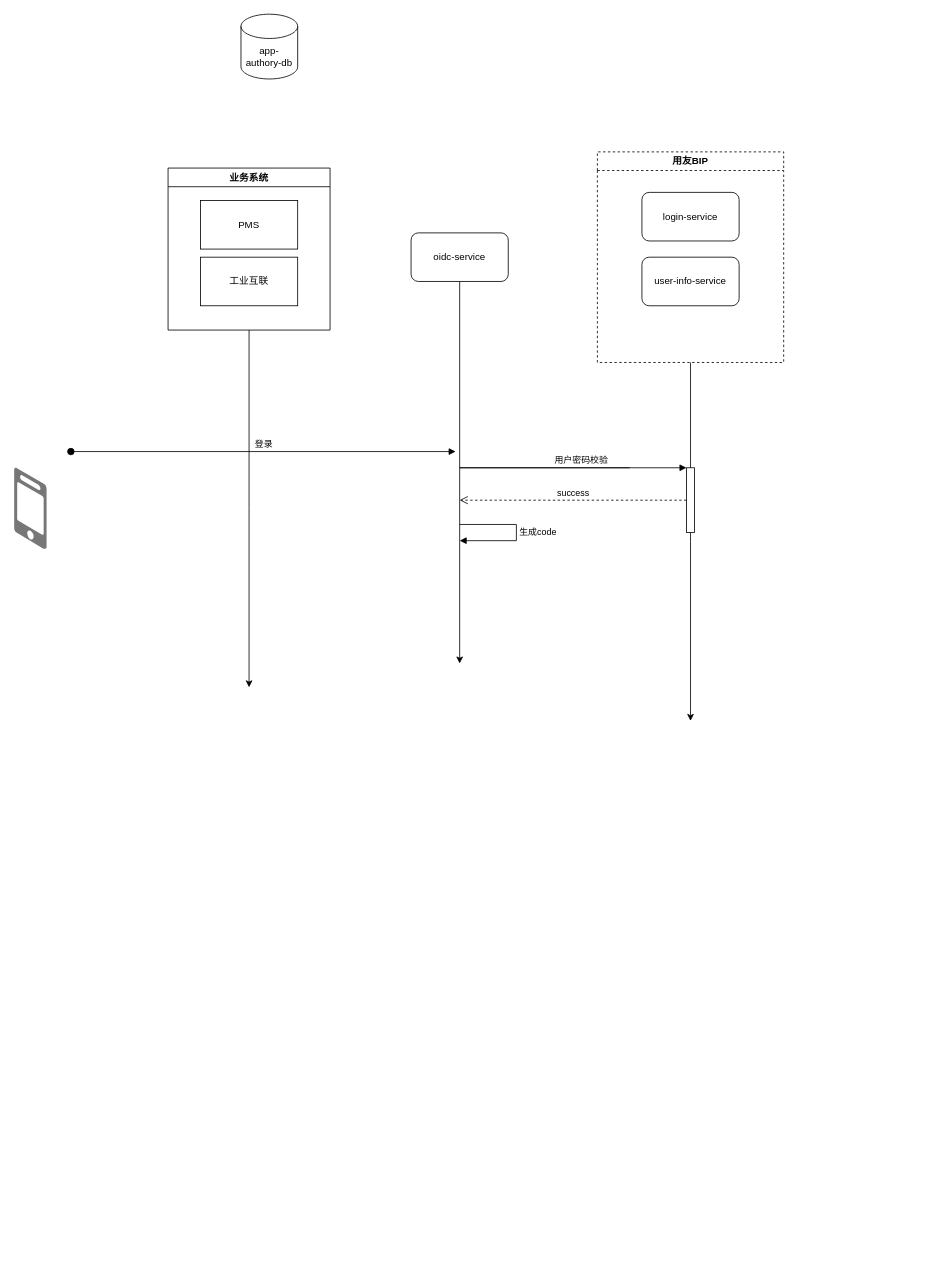
Before: ccepc-sso-login.drawio in lzdong0714/note, a draw.io diagram. Source tidied: cells renumbered, new cells numbered last; positions are measured from the earlier drawing's top-left corner, leaving out a move shared by most shapes. Both pictures are drawn from the tidied source at 81%, with x=0, y=0 at pixel (14, 14).
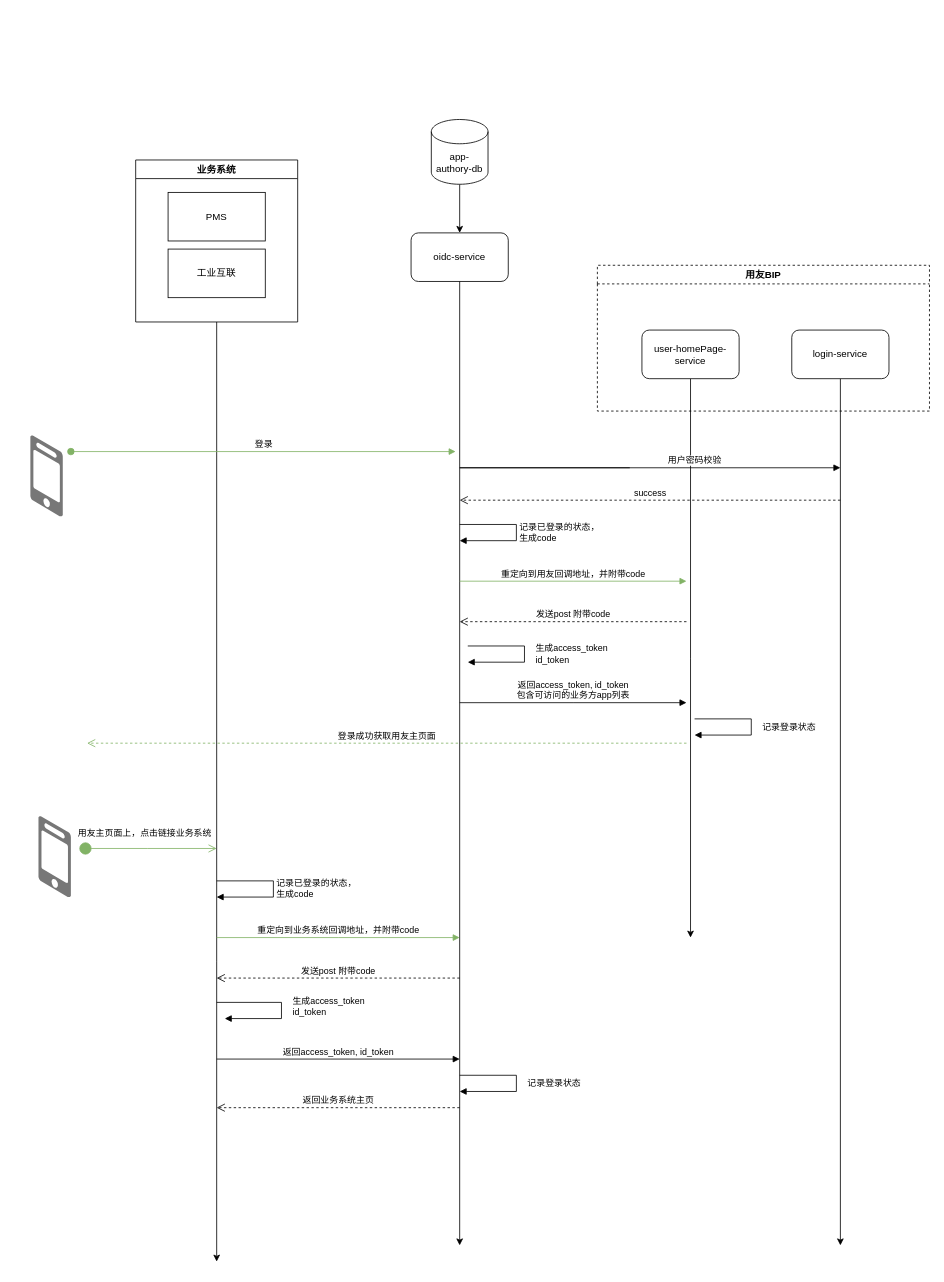
Above is the later version.

Unchanged cells that the change refers to:
```xml
<mxCell id="2" value="oidc-service" style="rounded=1;whiteSpace=wrap;html=1;" parent="1" vertex="1">
  <mxGeometry x="490" y="270" width="120" height="60" as="geometry" />
</mxCell>
```

Change to the diagram source:
```diff
@@
-    <mxCell id="3" style="edgeStyle=orthogonalEdgeStyle;rounded=0;jettySize=auto;html=1;" parent="1" edge="1" source="4">
+    <mxCell id="3" style="edgeStyle=orthogonalEdgeStyle;rounded=0;jettySize=auto;html=1;exitX=0.5;exitY=1;exitDx=0;exitDy=0;" parent="1" edge="1" source="6">
       <mxGeometry relative="1" as="geometry">
-        <mxPoint x="835" y="872.5" as="targetPoint" />
+        <mxPoint x="835" y="1140" as="targetPoint" />
       </mxGeometry>
     </mxCell>
     <mxCell id="4" value="用友BIP" style="swimlane;whiteSpace=wrap;html=1;dashed=1;" parent="1" vertex="1">
-      <mxGeometry x="720" y="170" width="230" height="260" as="geometry" />
+      <mxGeometry x="720" y="310" width="410" height="180" as="geometry" />
     </mxCell>
+    <mxCell id="19" style="edgeStyle=orthogonalEdgeStyle;rounded=0;jettySize=auto;html=1;" parent="4" edge="1" source="5">
+      <mxGeometry relative="1" as="geometry">
+        <mxPoint x="300" y="1210" as="targetPoint" />
+      </mxGeometry>
+    </mxCell>
     <mxCell id="5" value="login-service" style="rounded=1;whiteSpace=wrap;html=1;" parent="4" vertex="1">
-      <mxGeometry x="55" y="50" width="120" height="60" as="geometry" />
+      <mxGeometry x="240" y="80" width="120" height="60" as="geometry" />
     </mxCell>
-    <mxCell id="6" value="user-info-service" style="rounded=1;whiteSpace=wrap;html=1;" parent="4" vertex="1">
-      <mxGeometry x="55" y="130" width="120" height="60" as="geometry" />
+    <mxCell id="6" value="user-homePage-service" style="rounded=1;whiteSpace=wrap;html=1;" parent="4" vertex="1">
+      <mxGeometry x="55" y="80" width="120" height="60" as="geometry" />
     </mxCell>
+    <mxCell id="20" style="edgeStyle=orthogonalEdgeStyle;rounded=0;jettySize=auto;html=1;entryX=0.5;entryY=0;entryDx=0;entryDy=0;" parent="1" edge="1" source="7" target="2">
+      <mxGeometry relative="1" as="geometry" />
+    </mxCell>
     <mxCell id="7" value="app-authory-db" style="shape=cylinder3;whiteSpace=wrap;html=1;boundedLbl=1;backgroundOutline=1;size=15;" parent="1" vertex="1">
-      <mxGeometry x="280" width="70" height="80" as="geometry" />
+      <mxGeometry x="515" y="130" width="70" height="80" as="geometry" />
     </mxCell>
     <mxCell id="8" style="edgeStyle=orthogonalEdgeStyle;rounded=0;jettySize=auto;html=1;" parent="1" edge="1" source="9">
       <mxGeometry relative="1" as="geometry">
-        <mxPoint x="290" y="831" as="targetPoint" />
+        <mxPoint x="250" y="1540" as="targetPoint" />
+        <Array as="points">
+          <mxPoint x="250" y="1170" />
+        </Array>
       </mxGeometry>
     </mxCell>
     <mxCell id="9" value="业务系统" style="swimlane;whiteSpace=wrap;html=1;" parent="1" vertex="1">
-      <mxGeometry x="190" y="190" width="200" height="200" as="geometry" />
+      <mxGeometry x="150" y="180" width="200" height="200" as="geometry" />
     </mxCell>
@@
     <mxCell id="12" style="verticalLabelPosition=bottom;html=1;verticalAlign=top;strokeWidth=1;align=center;dashed=0;shape=mxgraph.aws3d.mobile_worker;strokeColor=none;fillColor=#777777;" parent="1" vertex="1">
-      <mxGeometry y="560" width="40" height="100" as="geometry" />
+      <mxGeometry x="30" y="990" width="40" height="100" as="geometry" />
     </mxCell>
-    <mxCell id="13" value="登录" style="html=1;verticalAlign=bottom;startArrow=oval;endArrow=block;startSize=8;edgeStyle=elbowEdgeStyle;elbow=vertical;curved=0;rounded=0;" parent="1" edge="1">
+    <mxCell id="13" value="登录" style="html=1;verticalAlign=bottom;startArrow=oval;endArrow=block;startSize=8;edgeStyle=elbowEdgeStyle;elbow=vertical;curved=0;rounded=0;fillColor=#d5e8d4;strokeColor=#82b366;" parent="1" edge="1">
       <mxGeometry relative="1" as="geometry">
         <mxPoint x="70" y="540" as="sourcePoint" />
         <mxPoint x="545" y="540.2" as="targetPoint" />
       </mxGeometry>
     </mxCell>
     <mxCell id="14" style="rounded=0;jettySize=auto;html=1;" parent="1" edge="1" source="2">
       <mxGeometry relative="1" as="geometry">
-        <mxPoint x="550" y="801.6" as="targetPoint" />
+        <mxPoint x="550" y="1520" as="targetPoint" />
       </mxGeometry>
     </mxCell>
-    <mxCell id="15" style="html=1;points=[];perimeter=orthogonalPerimeter;outlineConnect=0;targetShapes=umlLifeline;portConstraint=eastwest;newEdgeStyle={&quot;edgeStyle&quot;:&quot;elbowEdgeStyle&quot;,&quot;elbow&quot;:&quot;vertical&quot;,&quot;curved&quot;:0,&quot;rounded&quot;:0};" parent="1" vertex="1">
-      <mxGeometry x="830" y="560" width="10" height="80" as="geometry" />
-    </mxCell>
-    <mxCell id="16" value="用户密码校验" style="html=1;verticalAlign=bottom;endArrow=block;edgeStyle=elbowEdgeStyle;elbow=vertical;curved=0;rounded=0;" parent="1" edge="1" target="15">
+    <mxCell id="16" value="用户密码校验" style="html=1;verticalAlign=bottom;endArrow=block;edgeStyle=elbowEdgeStyle;elbow=vertical;curved=0;rounded=0;" parent="1" edge="1">
       <mxGeometry x="0.47" relative="1" as="geometry">
         <mxPoint x="760" y="560" as="sourcePoint" />
+        <mxPoint x="1020" y="560" as="targetPoint" />
         <Array as="points">
           <mxPoint x="550" y="560" />
         </Array>
       </mxGeometry>
     </mxCell>
-    <mxCell id="17" value="success" style="html=1;verticalAlign=bottom;endArrow=open;dashed=1;endSize=8;edgeStyle=elbowEdgeStyle;elbow=vertical;curved=0;rounded=0;" parent="1" edge="1" source="15">
+    <mxCell id="17" value="success" style="html=1;verticalAlign=bottom;endArrow=open;dashed=1;endSize=8;edgeStyle=elbowEdgeStyle;elbow=vertical;curved=0;rounded=0;" parent="1" edge="1">
       <mxGeometry relative="1" as="geometry">
+        <mxPoint x="1020" y="600" as="sourcePoint" />
         <mxPoint x="550" y="600" as="targetPoint" />
         <Array as="points">
           <mxPoint x="680" y="600" />
         </Array>
       </mxGeometry>
     </mxCell>
-    <mxCell id="18" value="生成code" style="html=1;align=left;spacingLeft=2;endArrow=block;rounded=0;edgeStyle=orthogonalEdgeStyle;curved=0;rounded=0;" parent="1" edge="1">
+    <mxCell id="18" value="记录已登录的状态，&lt;br&gt;生成code" style="html=1;align=left;spacingLeft=2;endArrow=block;rounded=0;edgeStyle=orthogonalEdgeStyle;curved=0;rounded=0;" parent="1" edge="1">
       <mxGeometry relative="1" as="geometry">
         <mxPoint x="550" y="630" as="sourcePoint" />
         <mxPoint x="550" y="650" as="targetPoint" />
         <Array as="points">
           <mxPoint x="620" y="630" />
           <mxPoint x="620" y="650" />
         </Array>
       </mxGeometry>
     </mxCell>
+    <mxCell id="21" value="重定向到用友回调地址，并附带code" style="html=1;verticalAlign=bottom;endArrow=block;edgeStyle=elbowEdgeStyle;elbow=vertical;curved=0;rounded=0;fillColor=#d5e8d4;strokeColor=#82b366;" parent="1" edge="1">
+      <mxGeometry relative="1" as="geometry">
+        <mxPoint x="550" y="700" as="sourcePoint" />
+        <mxPoint x="830" y="700" as="targetPoint" />
+      </mxGeometry>
+    </mxCell>
+    <mxCell id="22" value="发送post 附带code" style="html=1;verticalAlign=bottom;endArrow=open;dashed=1;endSize=8;edgeStyle=elbowEdgeStyle;elbow=vertical;curved=0;rounded=0;" parent="1" edge="1">
+      <mxGeometry relative="1" as="geometry">
+        <mxPoint x="830" y="750" as="sourcePoint" />
+        <mxPoint x="550" y="750" as="targetPoint" />
+      </mxGeometry>
+    </mxCell>
+    <mxCell id="23" value="记录登录状态" style="html=1;align=left;spacingLeft=2;endArrow=block;rounded=0;edgeStyle=orthogonalEdgeStyle;curved=0;rounded=0;" parent="1" edge="1">
+      <mxGeometry y="10" relative="1" as="geometry">
+        <mxPoint x="840" y="870" as="sourcePoint" />
+        <mxPoint x="840" y="890" as="targetPoint" />
+        <Array as="points">
+          <mxPoint x="910" y="870" />
+          <mxPoint x="910" y="890" />
+        </Array>
+      </mxGeometry>
+    </mxCell>
+    <mxCell id="24" value="返回access_token, id_token&lt;br&gt;包含可访问的业务方app列表" style="html=1;verticalAlign=bottom;endArrow=block;edgeStyle=elbowEdgeStyle;elbow=vertical;curved=0;rounded=0;" parent="1" edge="1">
+      <mxGeometry relative="1" as="geometry">
+        <mxPoint x="550" y="850" as="sourcePoint" />
+        <mxPoint x="830" y="850" as="targetPoint" />
+        <Array as="points">
+          <mxPoint x="690" y="850" />
+        </Array>
+      </mxGeometry>
+    </mxCell>
+    <mxCell id="25" style="verticalLabelPosition=bottom;html=1;verticalAlign=top;strokeWidth=1;align=center;dashed=0;shape=mxgraph.aws3d.mobile_worker;strokeColor=none;fillColor=#777777;" parent="1" vertex="1">
+      <mxGeometry x="20" y="520" width="40" height="100" as="geometry" />
+    </mxCell>
+    <mxCell id="26" value="用友主页面上，点击链接业务系统" style="html=1;verticalAlign=bottom;startArrow=circle;startFill=1;endArrow=open;startSize=6;endSize=8;edgeStyle=elbowEdgeStyle;elbow=vertical;curved=0;rounded=0;fillColor=#d5e8d4;strokeColor=#82b366;" parent="1" edge="1">
+      <mxGeometry x="-0.05" y="10" relative="1" as="geometry">
+        <mxPoint x="80" y="1030" as="sourcePoint" />
+        <mxPoint x="250" y="1030" as="targetPoint" />
+      </mxGeometry>
+    </mxCell>
+    <mxCell id="27" value="生成access_token&lt;br&gt;id_token" style="html=1;align=left;spacingLeft=2;endArrow=block;rounded=0;edgeStyle=orthogonalEdgeStyle;curved=0;rounded=0;" parent="1" edge="1">
+      <mxGeometry y="10" relative="1" as="geometry">
+        <mxPoint x="560" y="780" as="sourcePoint" />
+        <mxPoint x="560" y="800" as="targetPoint" />
+        <Array as="points">
+          <mxPoint x="630" y="780" />
+          <mxPoint x="630" y="800" />
+        </Array>
+      </mxGeometry>
+    </mxCell>
+    <mxCell id="28" value="登录成功获取用友主页面" style="html=1;verticalAlign=bottom;endArrow=open;dashed=1;endSize=8;edgeStyle=elbowEdgeStyle;elbow=vertical;curved=0;rounded=0;fillColor=#d5e8d4;strokeColor=#82b366;" parent="1" edge="1">
+      <mxGeometry relative="1" as="geometry">
+        <mxPoint x="830" y="900" as="sourcePoint" />
+        <mxPoint x="90" y="900" as="targetPoint" />
+      </mxGeometry>
+    </mxCell>
+    <mxCell id="29" value="记录已登录的状态，&lt;br&gt;生成code" style="html=1;align=left;spacingLeft=2;endArrow=block;rounded=0;edgeStyle=orthogonalEdgeStyle;curved=0;rounded=0;" parent="1" edge="1">
+      <mxGeometry relative="1" as="geometry">
+        <mxPoint x="250" y="1070" as="sourcePoint" />
+        <mxPoint x="250" y="1090" as="targetPoint" />
+        <Array as="points">
+          <mxPoint x="320" y="1070" />
+          <mxPoint x="320" y="1090" />
+        </Array>
+      </mxGeometry>
+    </mxCell>
+    <mxCell id="30" value="重定向到业务系统回调地址，并附带code" style="html=1;verticalAlign=bottom;endArrow=block;edgeStyle=elbowEdgeStyle;elbow=vertical;curved=0;rounded=0;fillColor=#d5e8d4;strokeColor=#82b366;" parent="1" edge="1">
+      <mxGeometry relative="1" as="geometry">
+        <mxPoint x="250" y="1140" as="sourcePoint" />
+        <mxPoint x="550" y="1140" as="targetPoint" />
+      </mxGeometry>
+    </mxCell>
+    <mxCell id="31" value="发送post 附带code" style="html=1;verticalAlign=bottom;endArrow=open;dashed=1;endSize=8;edgeStyle=elbowEdgeStyle;elbow=vertical;curved=0;rounded=0;" parent="1" edge="1">
+      <mxGeometry relative="1" as="geometry">
+        <mxPoint x="550" y="1190" as="sourcePoint" />
+        <mxPoint x="250" y="1190" as="targetPoint" />
+      </mxGeometry>
+    </mxCell>
+    <mxCell id="32" value="记录登录状态" style="html=1;align=left;spacingLeft=2;endArrow=block;rounded=0;edgeStyle=orthogonalEdgeStyle;curved=0;rounded=0;" parent="1" edge="1">
+      <mxGeometry y="10" relative="1" as="geometry">
+        <mxPoint x="550" y="1310" as="sourcePoint" />
+        <mxPoint x="550" y="1330" as="targetPoint" />
+        <Array as="points">
+          <mxPoint x="620" y="1310" />
+          <mxPoint x="620" y="1330" />
+        </Array>
+      </mxGeometry>
+    </mxCell>
+    <mxCell id="33" value="返回access_token, id_token" style="html=1;verticalAlign=bottom;endArrow=block;edgeStyle=elbowEdgeStyle;elbow=vertical;curved=0;rounded=0;" parent="1" edge="1">
+      <mxGeometry relative="1" as="geometry">
+        <mxPoint x="250" y="1290" as="sourcePoint" />
+        <mxPoint x="550" y="1290" as="targetPoint" />
+        <Array as="points">
+          <mxPoint x="390" y="1290" />
+        </Array>
+      </mxGeometry>
+    </mxCell>
+    <mxCell id="34" value="生成access_token&lt;br&gt;id_token" style="html=1;align=left;spacingLeft=2;endArrow=block;rounded=0;edgeStyle=orthogonalEdgeStyle;curved=0;rounded=0;" parent="1" edge="1">
+      <mxGeometry y="10" relative="1" as="geometry">
+        <mxPoint x="250" y="1220" as="sourcePoint" />
+        <mxPoint x="260" y="1240" as="targetPoint" />
+        <Array as="points">
+          <mxPoint x="330" y="1220" />
+          <mxPoint x="330" y="1240" />
+        </Array>
+      </mxGeometry>
+    </mxCell>
+    <mxCell id="35" value="返回业务系统主页" style="html=1;verticalAlign=bottom;endArrow=open;dashed=1;endSize=8;edgeStyle=elbowEdgeStyle;elbow=vertical;curved=0;rounded=0;" parent="1" edge="1">
+      <mxGeometry relative="1" as="geometry">
+        <mxPoint x="550" y="1350" as="sourcePoint" />
+        <mxPoint x="250" y="1350" as="targetPoint" />
+      </mxGeometry>
+    </mxCell>
```
